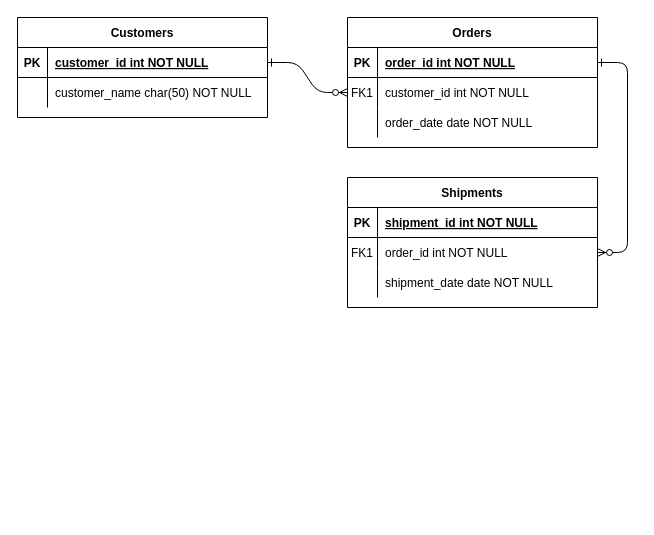
Above: Diagrama sem nome.drawio in giuortiz/modelagem-safra-facil (draw.io), before the change. Source tidied: cells renumbered, new cells numbered last; positions are measured from the earlier drawing's top-left corner, leaving out a move shared by most shapes. Both pictures are drawn from the tidied source at 100%, with x=0, y=0 at pixel (17, 17).
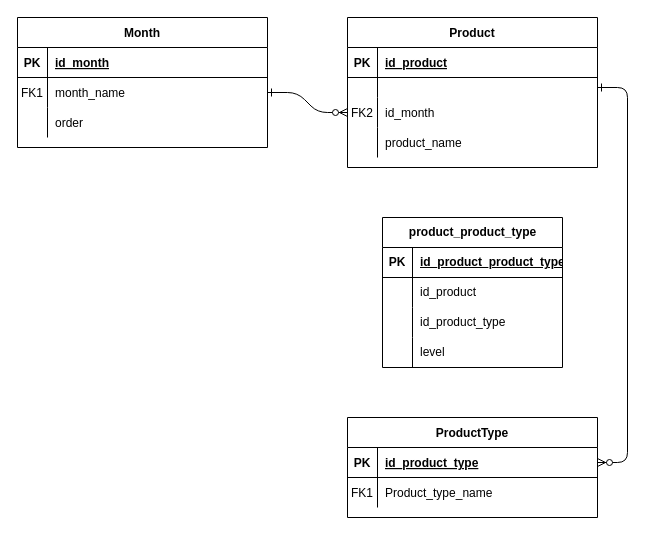
The same page after the edit.

The change refers to these unchanged cells:
```xml
<mxCell id="5" style="shape=partialRectangle;fillColor=none;points=[[0,0.5],[1,0.5]];portConstraint=eastwest;top=0;left=0;right=0;bottom=1;" parent="4" vertex="1">
  <mxGeometry y="30" width="250" height="30" as="geometry" />
</mxCell>
<mxCell id="15" style="shape=partialRectangle;fillColor=none;points=[[0,0.5],[1,0.5]];portConstraint=eastwest;top=0;left=0;right=0;bottom=1;" parent="14" vertex="1">
  <mxGeometry y="30" width="250" height="30" as="geometry" />
</mxCell>
<mxCell id="18" style="shape=partialRectangle;fillColor=none;points=[[0,0.5],[1,0.5]];portConstraint=eastwest;top=0;left=0;right=0;bottom=0;" parent="14" vertex="1">
  <mxGeometry y="60" width="250" height="30" as="geometry" />
</mxCell>
<mxCell id="25" style="shape=partialRectangle;fillColor=none;points=[[0,0.5],[1,0.5]];portConstraint=eastwest;top=0;left=0;right=0;bottom=1;" parent="24" vertex="1">
  <mxGeometry y="30" width="250" height="30" as="geometry" />
</mxCell>
<mxCell id="28" style="shape=partialRectangle;fillColor=none;points=[[0,0.5],[1,0.5]];portConstraint=eastwest;top=0;left=0;right=0;bottom=0;" parent="24" vertex="1">
  <mxGeometry y="60" width="250" height="30" as="geometry" />
</mxCell>
```

What changed in the source:
```diff
@@
-    <mxCell id="2" style="edgeStyle=entityRelationEdgeStyle;endArrow=ERzeroToMany;startArrow=ERone;endFill=1;startFill=0;" parent="1" edge="1" source="25" target="8">
+    <mxCell id="2" style="edgeStyle=entityRelationEdgeStyle;endArrow=ERzeroToMany;startArrow=ERone;endFill=1;startFill=0;entryX=0;entryY=0.5;entryDx=0;entryDy=0;" parent="1" edge="1" source="28" target="11">
       <mxGeometry relative="1" as="geometry" />
     </mxCell>
-    <mxCell id="3" style="edgeStyle=entityRelationEdgeStyle;endArrow=ERzeroToMany;startArrow=ERone;endFill=1;startFill=0;" parent="1" edge="1" source="5" target="18">
+    <mxCell id="3" style="edgeStyle=entityRelationEdgeStyle;endArrow=ERzeroToMany;startArrow=ERone;endFill=1;startFill=0;exitX=1;exitY=0.5;exitDx=0;exitDy=0;entryX=1;entryY=0.5;entryDx=0;entryDy=0;" parent="1" edge="1" source="8" target="15">
       <mxGeometry relative="1" as="geometry" />
     </mxCell>
-    <mxCell id="4" value="Orders" style="shape=table;startSize=30;childLayout=tableLayout;rowLines=0;fontStyle=1;align=center;" parent="1" vertex="1">
-      <mxGeometry x="330" width="250" height="130" as="geometry" />
+    <mxCell id="4" value="Product" style="shape=table;startSize=30;childLayout=tableLayout;rowLines=0;fontStyle=1;align=center;" parent="1" vertex="1">
+      <mxGeometry x="330" width="250" height="150" as="geometry" />
     </mxCell>
@@
-    <mxCell id="7" value="order_id int NOT NULL " style="shape=partialRectangle;overflow=hidden;fillColor=none;top=0;left=0;bottom=0;right=0;align=left;spacingLeft=6;fontStyle=5;" parent="5" vertex="1">
+    <mxCell id="7" value="id_product" style="shape=partialRectangle;overflow=hidden;fillColor=none;top=0;left=0;bottom=0;right=0;align=left;spacingLeft=6;fontStyle=5;" parent="5" vertex="1">
       <mxGeometry x="30" width="220" height="30" as="geometry" />
     </mxCell>
     <mxCell id="8" style="shape=partialRectangle;fillColor=none;points=[[0,0.5],[1,0.5]];portConstraint=eastwest;top=0;left=0;right=0;bottom=0;" parent="4" vertex="1">
-      <mxGeometry y="60" width="250" height="30" as="geometry" />
+      <mxGeometry y="60" width="250" height="20" as="geometry" />
     </mxCell>
-    <mxCell id="9" value="FK1" style="shape=partialRectangle;overflow=hidden;fillColor=none;top=0;left=0;bottom=0;right=0;" parent="8" vertex="1">
-      <mxGeometry width="30" height="30" as="geometry" />
+    <mxCell id="9" style="shape=partialRectangle;overflow=hidden;fillColor=none;top=0;left=0;bottom=0;right=0;" parent="8" vertex="1">
+      <mxGeometry width="30" height="20" as="geometry" />
     </mxCell>
-    <mxCell id="10" value="customer_id int NOT NULL" style="shape=partialRectangle;overflow=hidden;fillColor=none;top=0;left=0;bottom=0;right=0;align=left;spacingLeft=6;" parent="8" vertex="1">
-      <mxGeometry x="30" width="220" height="30" as="geometry" />
+    <mxCell id="10" style="shape=partialRectangle;overflow=hidden;fillColor=none;top=0;left=0;bottom=0;right=0;align=left;spacingLeft=6;" parent="8" vertex="1">
+      <mxGeometry x="30" width="220" height="20" as="geometry" />
     </mxCell>
     <mxCell id="11" style="shape=partialRectangle;fillColor=none;points=[[0,0.5],[1,0.5]];portConstraint=eastwest;top=0;left=0;right=0;bottom=0;" parent="4" vertex="1">
-      <mxGeometry y="90" width="250" height="30" as="geometry" />
+      <mxGeometry y="80" width="250" height="30" as="geometry" />
     </mxCell>
-    <mxCell id="12" style="shape=partialRectangle;overflow=hidden;fillColor=none;top=0;left=0;bottom=0;right=0;" parent="11" vertex="1">
+    <mxCell id="12" value="FK2" style="shape=partialRectangle;overflow=hidden;fillColor=none;top=0;left=0;bottom=0;right=0;" parent="11" vertex="1">
       <mxGeometry width="30" height="30" as="geometry" />
     </mxCell>
-    <mxCell id="13" value="order_date date NOT NULL" style="shape=partialRectangle;overflow=hidden;fillColor=none;top=0;left=0;bottom=0;right=0;align=left;spacingLeft=6;" parent="11" vertex="1">
+    <mxCell id="13" value="id_month" style="shape=partialRectangle;overflow=hidden;fillColor=none;top=0;left=0;bottom=0;right=0;align=left;spacingLeft=6;" parent="11" vertex="1">
       <mxGeometry x="30" width="220" height="30" as="geometry" />
     </mxCell>
+    <mxCell id="31" style="shape=partialRectangle;fillColor=none;top=0;left=0;right=0;bottom=0;" parent="4" vertex="1">
+      <mxGeometry y="110" width="250" height="30" as="geometry" />
+    </mxCell>
+    <mxCell id="32" style="shape=partialRectangle;overflow=hidden;fillColor=none;top=0;left=0;bottom=0;right=0;" parent="31" vertex="1">
+      <mxGeometry width="30" height="30" as="geometry" />
+    </mxCell>
+    <mxCell id="33" value="product_name" style="shape=partialRectangle;overflow=hidden;fillColor=none;top=0;left=0;bottom=0;right=0;align=left;spacingLeft=6;" parent="31" vertex="1">
+      <mxGeometry x="30" width="220" height="30" as="geometry" />
+    </mxCell>
-    <mxCell id="14" value="Shipments" style="shape=table;startSize=30;childLayout=tableLayout;rowLines=0;fontStyle=1;align=center;" parent="1" vertex="1">
-      <mxGeometry x="330" y="160" width="250" height="130" as="geometry" />
+    <mxCell id="14" value="ProductType" style="shape=table;startSize=30;childLayout=tableLayout;rowLines=0;fontStyle=1;align=center;" parent="1" vertex="1">
+      <mxGeometry x="330" y="400" width="250" height="100" as="geometry" />
     </mxCell>
@@
-    <mxCell id="17" value="shipment_id int NOT NULL " style="shape=partialRectangle;overflow=hidden;fillColor=none;top=0;left=0;bottom=0;right=0;align=left;spacingLeft=6;fontStyle=5;" parent="15" vertex="1">
+    <mxCell id="17" value="id_product_type" style="shape=partialRectangle;overflow=hidden;fillColor=none;top=0;left=0;bottom=0;right=0;align=left;spacingLeft=6;fontStyle=5;" parent="15" vertex="1">
       <mxGeometry x="30" width="220" height="30" as="geometry" />
     </mxCell>
@@
-    <mxCell id="20" value="order_id int NOT NULL" style="shape=partialRectangle;overflow=hidden;fillColor=none;top=0;left=0;bottom=0;right=0;align=left;spacingLeft=6;" parent="18" vertex="1">
+    <mxCell id="20" value="Product_type_name" style="shape=partialRectangle;overflow=hidden;fillColor=none;top=0;left=0;bottom=0;right=0;align=left;spacingLeft=6;" parent="18" vertex="1">
       <mxGeometry x="30" width="220" height="30" as="geometry" />
     </mxCell>
-    <mxCell id="21" style="shape=partialRectangle;fillColor=none;top=0;left=0;right=0;bottom=0;" parent="14" vertex="1">
-      <mxGeometry y="90" width="250" height="30" as="geometry" />
-    </mxCell>
-    <mxCell id="22" style="shape=partialRectangle;overflow=hidden;fillColor=none;top=0;left=0;bottom=0;right=0;" parent="21" vertex="1">
-      <mxGeometry width="30" height="30" as="geometry" />
-    </mxCell>
-    <mxCell id="23" value="shipment_date date NOT NULL" style="shape=partialRectangle;overflow=hidden;fillColor=none;top=0;left=0;bottom=0;right=0;align=left;spacingLeft=6;" parent="21" vertex="1">
-      <mxGeometry x="30" width="220" height="30" as="geometry" />
-    </mxCell>
-    <mxCell id="24" value="Customers" style="shape=table;startSize=30;childLayout=tableLayout;rowLines=0;fontStyle=1;align=center;" parent="1" vertex="1">
-      <mxGeometry width="250" height="100" as="geometry" />
+    <mxCell id="24" value="Month" style="shape=table;startSize=30;childLayout=tableLayout;rowLines=0;fontStyle=1;align=center;" parent="1" vertex="1">
+      <mxGeometry width="250" height="130" as="geometry" />
     </mxCell>
@@
-    <mxCell id="27" value="customer_id int NOT NULL " style="shape=partialRectangle;overflow=hidden;fillColor=none;top=0;left=0;bottom=0;right=0;align=left;spacingLeft=6;fontStyle=5;" parent="25" vertex="1">
+    <mxCell id="27" value="id_month" style="shape=partialRectangle;overflow=hidden;fillColor=none;top=0;left=0;bottom=0;right=0;align=left;spacingLeft=6;fontStyle=5;" parent="25" vertex="1">
       <mxGeometry x="30" width="220" height="30" as="geometry" />
     </mxCell>
@@
-    <mxCell id="29" style="shape=partialRectangle;overflow=hidden;fillColor=none;top=0;left=0;bottom=0;right=0;" parent="28" vertex="1">
+    <mxCell id="29" value="FK1" style="shape=partialRectangle;overflow=hidden;fillColor=none;top=0;left=0;bottom=0;right=0;" parent="28" vertex="1">
       <mxGeometry width="30" height="30" as="geometry" />
     </mxCell>
-    <mxCell id="30" value="customer_name char(50) NOT NULL" style="shape=partialRectangle;overflow=hidden;fillColor=none;top=0;left=0;bottom=0;right=0;align=left;spacingLeft=6;" parent="28" vertex="1">
+    <mxCell id="30" value="month_name" style="shape=partialRectangle;overflow=hidden;fillColor=none;top=0;left=0;bottom=0;right=0;align=left;spacingLeft=6;" parent="28" vertex="1">
       <mxGeometry x="30" width="220" height="30" as="geometry" />
     </mxCell>
+    <mxCell id="34" style="edgeStyle=orthogonalEdgeStyle;rounded=0;orthogonalLoop=1;jettySize=auto;html=1;exitX=1;exitY=0.5;exitDx=0;exitDy=0;" parent="24" edge="1" source="25" target="25">
+      <mxGeometry relative="1" as="geometry" />
+    </mxCell>
+    <mxCell id="21" style="shape=partialRectangle;fillColor=none;top=0;left=0;right=0;bottom=0;" parent="24" vertex="1">
+      <mxGeometry y="90" width="250" height="30" as="geometry" />
+    </mxCell>
+    <mxCell id="35" style="shape=partialRectangle;overflow=hidden;fillColor=none;top=0;left=0;bottom=0;right=0;" parent="21" vertex="1">
+      <mxGeometry width="30" height="30" as="geometry" />
+    </mxCell>
+    <mxCell id="36" value="order" style="shape=partialRectangle;overflow=hidden;fillColor=none;top=0;left=0;bottom=0;right=0;align=left;spacingLeft=6;" parent="21" vertex="1">
+      <mxGeometry x="30" width="220" height="30" as="geometry" />
+    </mxCell>
+    <mxCell id="37" value="product_product_type" style="shape=table;startSize=30;childLayout=tableLayout;rowLines=0;fontStyle=1;align=center;html=1;" parent="1" vertex="1">
+      <mxGeometry x="365" y="200" width="180" height="150" as="geometry" />
+    </mxCell>
+    <mxCell id="38" style="shape=tableRow;horizontal=0;startSize=0;swimlaneHead=0;swimlaneBody=0;fillColor=none;top=0;left=0;right=0;bottom=1;" parent="37" vertex="1">
+      <mxGeometry y="30" width="180" height="30" as="geometry" />
+    </mxCell>
+    <mxCell id="39" value="PK" style="shape=partialRectangle;fillColor=none;top=0;left=0;bottom=0;right=0;fontStyle=1;overflow=hidden;whiteSpace=wrap;html=1;" parent="38" vertex="1">
+      <mxGeometry width="30" height="30" as="geometry" />
+    </mxCell>
+    <mxCell id="40" value="id_product_product_type" style="shape=partialRectangle;fillColor=none;top=0;left=0;bottom=0;right=0;align=left;spacingLeft=6;fontStyle=5;overflow=hidden;whiteSpace=wrap;html=1;" parent="38" vertex="1">
+      <mxGeometry x="30" width="150" height="30" as="geometry" />
+    </mxCell>
+    <mxCell id="41" style="shape=tableRow;horizontal=0;startSize=0;swimlaneHead=0;swimlaneBody=0;fillColor=none;top=0;left=0;right=0;bottom=0;" parent="37" vertex="1">
+      <mxGeometry y="60" width="180" height="30" as="geometry" />
+    </mxCell>
+    <mxCell id="42" style="shape=partialRectangle;fillColor=none;top=0;left=0;bottom=0;right=0;overflow=hidden;whiteSpace=wrap;html=1;" parent="41" vertex="1">
+      <mxGeometry width="30" height="30" as="geometry" />
+    </mxCell>
+    <mxCell id="43" value="id_product" style="shape=partialRectangle;fillColor=none;top=0;left=0;bottom=0;right=0;align=left;spacingLeft=6;overflow=hidden;whiteSpace=wrap;html=1;" parent="41" vertex="1">
+      <mxGeometry x="30" width="150" height="30" as="geometry" />
+    </mxCell>
+    <mxCell id="44" style="shape=tableRow;horizontal=0;startSize=0;swimlaneHead=0;swimlaneBody=0;fillColor=none;top=0;left=0;right=0;bottom=0;" parent="37" vertex="1">
+      <mxGeometry y="90" width="180" height="30" as="geometry" />
+    </mxCell>
+    <mxCell id="45" style="shape=partialRectangle;fillColor=none;top=0;left=0;bottom=0;right=0;overflow=hidden;whiteSpace=wrap;html=1;" parent="44" vertex="1">
+      <mxGeometry width="30" height="30" as="geometry" />
+    </mxCell>
+    <mxCell id="46" value="id_product_type" style="shape=partialRectangle;fillColor=none;top=0;left=0;bottom=0;right=0;align=left;spacingLeft=6;overflow=hidden;whiteSpace=wrap;html=1;" parent="44" vertex="1">
+      <mxGeometry x="30" width="150" height="30" as="geometry" />
+    </mxCell>
+    <mxCell id="47" style="shape=tableRow;horizontal=0;startSize=0;swimlaneHead=0;swimlaneBody=0;fillColor=none;top=0;left=0;right=0;bottom=0;" parent="37" vertex="1">
+      <mxGeometry y="120" width="180" height="30" as="geometry" />
+    </mxCell>
+    <mxCell id="48" style="shape=partialRectangle;fillColor=none;top=0;left=0;bottom=0;right=0;overflow=hidden;whiteSpace=wrap;html=1;" parent="47" vertex="1">
+      <mxGeometry width="30" height="30" as="geometry" />
+    </mxCell>
+    <mxCell id="49" value="level" style="shape=partialRectangle;fillColor=none;top=0;left=0;bottom=0;right=0;align=left;spacingLeft=6;overflow=hidden;whiteSpace=wrap;html=1;" parent="47" vertex="1">
+      <mxGeometry x="30" width="150" height="30" as="geometry" />
+    </mxCell>
```
